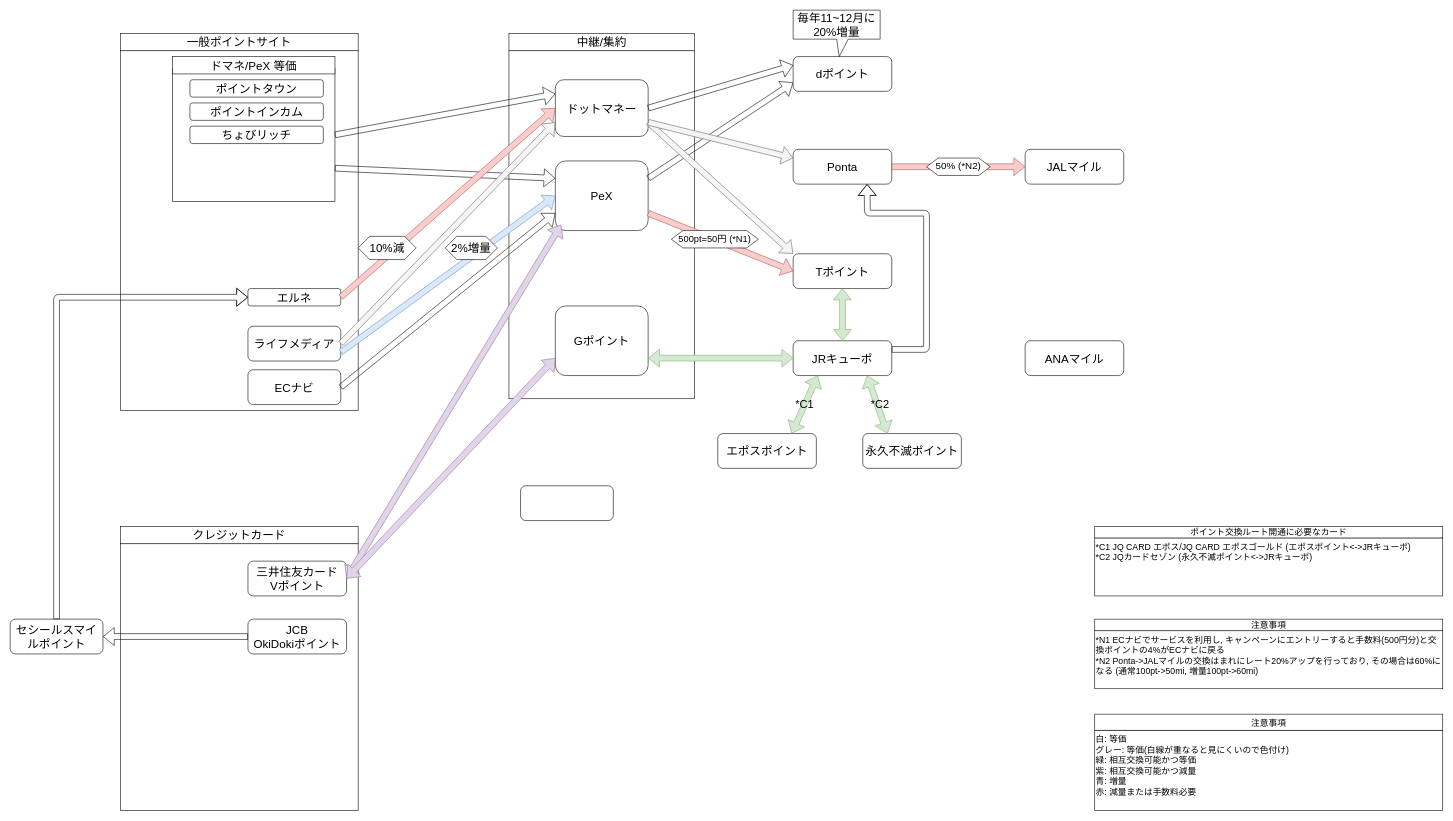
This is ポイントフロー.drawio from hiroxto/point-flow, a draw.io file, before an edit. Source tidied: cells renumbered, new cells numbered last; positions are measured from the earlier drawing's top-left corner, leaving out a move shared by most shapes. Both pictures are drawn from the tidied source at 58%, with x=0, y=0 at pixel (10, 10).
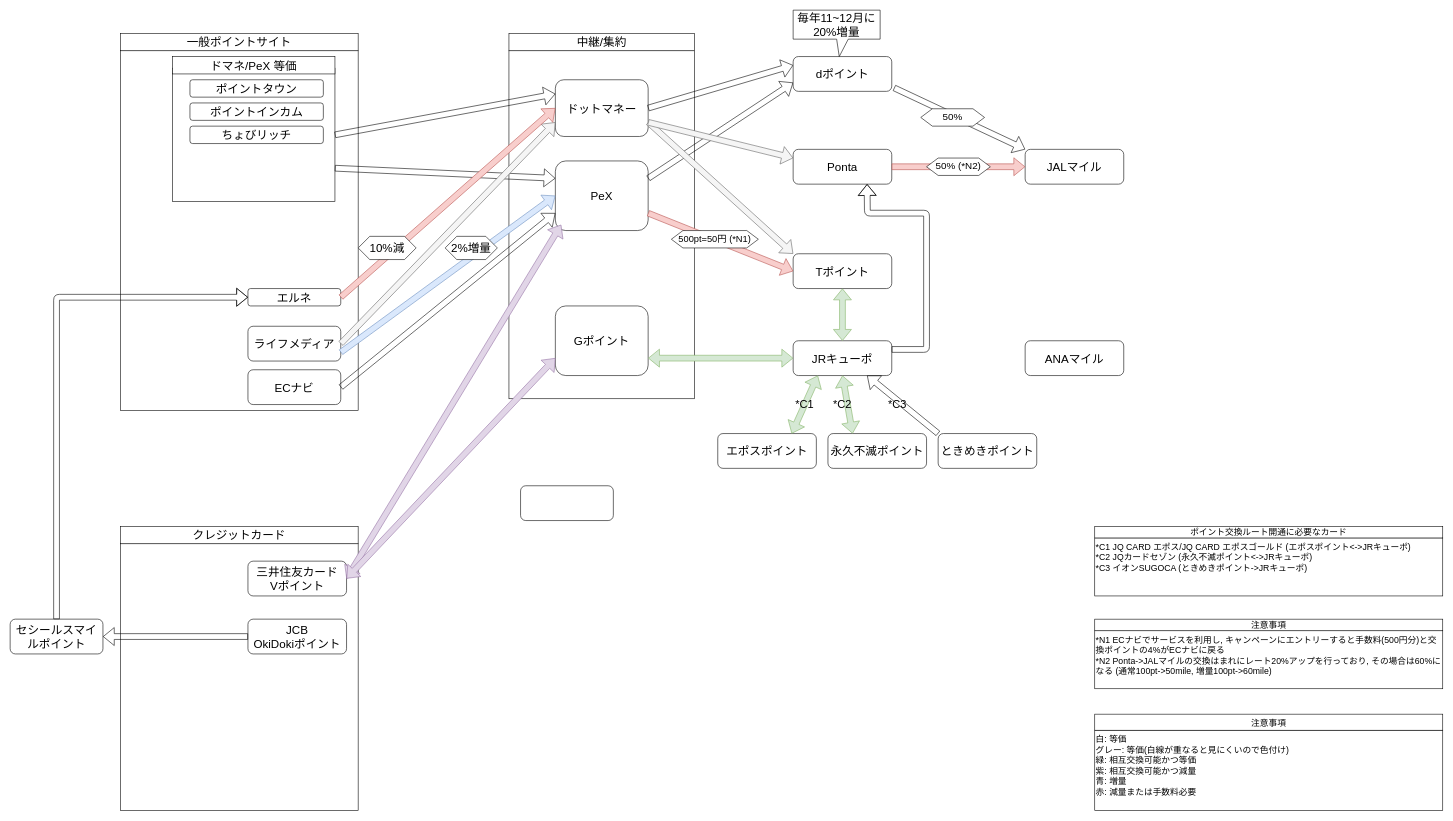
After the change.

Commit message:
Update ポイントフロー.drawio

The change refers to these unchanged cells:
```xml
<mxCell id="35" value="JRキューポ" style="rounded=1;whiteSpace=wrap;html=1;fontSize=20;" parent="1" vertex="1">
  <mxGeometry x="1350" y="570" width="170" height="60" as="geometry" />
</mxCell>
<mxCell id="45" value="JALマイル" style="rounded=1;whiteSpace=wrap;html=1;fontSize=20;" parent="1" vertex="1">
  <mxGeometry x="1750" y="240" width="170" height="60" as="geometry" />
</mxCell>
<mxCell id="49" value="&lt;div style=&quot;font-size: 20px;&quot; align=&quot;center&quot;&gt;&lt;font style=&quot;font-size: 20px;&quot;&gt;dポイント&lt;/font&gt;&lt;/div&gt;" style="rounded=1;whiteSpace=wrap;html=1;align=center;fontSize=20;" parent="48" vertex="1">
  <mxGeometry y="75" width="170" height="60" as="geometry" />
</mxCell>
<mxCell id="59" style="group;" parent="58" vertex="1">
  <mxGeometry y="10" width="600" height="120" as="geometry" />
</mxCell>
<mxCell id="63" style="group;" parent="62" vertex="1">
  <mxGeometry y="10" width="600" height="120" as="geometry" />
</mxCell>
```

What changed in the source:
```diff
@@
     <mxCell id="41" value="永久不滅ポイント" style="rounded=1;whiteSpace=wrap;html=1;fontSize=20;" parent="1" vertex="1">
-      <mxGeometry x="1470" y="730" width="170" height="60" as="geometry" />
+      <mxGeometry x="1410" y="730" width="170" height="60" as="geometry" />
     </mxCell>
@@
-    <mxCell id="44" style="shape=flexArrow;endArrow=classic;startArrow=classic;html=1;entryX=0.75;entryY=1;entryDx=0;entryDy=0;fillColor=#d5e8d4;strokeColor=#82b366;exitX=0.25;exitY=0;exitDx=0;exitDy=0;" parent="1" edge="1" source="41" target="35">
+    <mxCell id="44" style="shape=flexArrow;endArrow=classic;startArrow=classic;html=1;fillColor=#d5e8d4;strokeColor=#82b366;exitX=0.25;exitY=0;exitDx=0;exitDy=0;entryX=0.5;entryY=1;entryDx=0;entryDy=0;" parent="1" edge="1" source="41" target="35">
       <mxGeometry relative="1" as="geometry" />
     </mxCell>
@@
-    <mxCell id="60" value="&lt;font style=&quot;font-size: 15px&quot;&gt;*N1 ECナビでサービスを利用し, キャンペーンにエントリーすると手数料(500円分)と交換ポイントの4%がECナビに戻る&lt;br&gt;*N2 Ponta-&amp;gt;JALマイルの交換はまれにレート20%アップを行っており, その場合は60%になる (通常100pt-&amp;gt;50mi, 増量100pt-&amp;gt;60mi)&lt;/font&gt;" style="rounded=0;whiteSpace=wrap;html=1;fontSize=12;align=left;verticalAlign=top;" parent="59" vertex="1">
+    <mxCell id="60" value="&lt;font style=&quot;font-size: 15px&quot;&gt;*N1 ECナビでサービスを利用し, キャンペーンにエントリーすると手数料(500円分)と交換ポイントの4%がECナビに戻る&lt;br&gt;*N2 Ponta-&amp;gt;JALマイルの交換はまれにレート20%アップを行っており, その場合は60%になる (通常100pt-&amp;gt;50mile, 増量100pt-&amp;gt;60mile)&lt;/font&gt;" style="rounded=0;whiteSpace=wrap;html=1;fontSize=12;align=left;verticalAlign=top;" parent="59" vertex="1">
       <mxGeometry y="20" width="600" height="100" as="geometry" />
     </mxCell>
@@
-    <mxCell id="64" value="&lt;font style=&quot;font-size: 15px&quot;&gt;*C1 JQ CARD エポス/JQ CARD エポスゴールド (エポスポイント&amp;lt;-&amp;gt;JRキューポ)&lt;br&gt;*C2 JQカードセゾン (永久不滅ポイント&amp;lt;-&amp;gt;JRキューポ)&lt;/font&gt;" style="rounded=0;whiteSpace=wrap;html=1;fontSize=12;align=left;verticalAlign=top;" parent="63" vertex="1">
+    <mxCell id="64" value="&lt;font style=&quot;font-size: 15px&quot;&gt;*C1 JQ CARD エポス/JQ CARD エポスゴールド (エポスポイント&amp;lt;-&amp;gt;JRキューポ)&lt;br&gt;*C2 JQカードセゾン (永久不滅ポイント&amp;lt;-&amp;gt;JRキューポ)&lt;br&gt;*C3 イオンSUGOCA (ときめきポイント-&amp;gt;JRキューポ)&lt;br&gt;&lt;/font&gt;" style="rounded=0;whiteSpace=wrap;html=1;fontSize=12;align=left;verticalAlign=top;" parent="63" vertex="1">
       <mxGeometry y="20" width="600" height="100" as="geometry" />
     </mxCell>
@@
     <mxCell id="67" value="*C2" style="text;html=1;strokeColor=none;fillColor=none;align=center;verticalAlign=middle;whiteSpace=wrap;rounded=0;fontSize=19;" parent="1" vertex="1">
-      <mxGeometry x="1480" y="670" width="40" height="20" as="geometry" />
+      <mxGeometry x="1415" y="670" width="40" height="20" as="geometry" />
     </mxCell>
@@
+    <mxCell id="72" style="shape=flexArrow;endArrow=classic;html=1;exitX=1.024;exitY=0.9;exitDx=0;exitDy=0;exitPerimeter=0;entryX=0;entryY=0;entryDx=0;entryDy=0;" parent="1" edge="1" source="49" target="45">
+      <mxGeometry relative="1" as="geometry" />
+    </mxCell>
+    <mxCell id="73" value="50%" style="shape=hexagon;perimeter=hexagonPerimeter2;whiteSpace=wrap;html=1;fixedSize=1;fontSize=17;" parent="1" vertex="1">
+      <mxGeometry x="1570" y="170" width="110" height="30" as="geometry" />
+    </mxCell>
+    <mxCell id="74" value="ときめきポイント" style="rounded=1;whiteSpace=wrap;html=1;fontSize=20;" parent="1" vertex="1">
+      <mxGeometry x="1600" y="730" width="170" height="60" as="geometry" />
+    </mxCell>
+    <mxCell id="75" style="shape=flexArrow;endArrow=classic;html=1;entryX=0.75;entryY=1;entryDx=0;entryDy=0;exitX=0;exitY=0;exitDx=0;exitDy=0;" parent="1" edge="1" source="74" target="35">
+      <mxGeometry relative="1" as="geometry" />
+    </mxCell>
+    <mxCell id="76" value="*C3" style="text;html=1;strokeColor=none;fillColor=none;align=center;verticalAlign=middle;whiteSpace=wrap;rounded=0;fontSize=19;" parent="1" vertex="1">
+      <mxGeometry x="1510" y="670" width="40" height="20" as="geometry" />
+    </mxCell>
```
